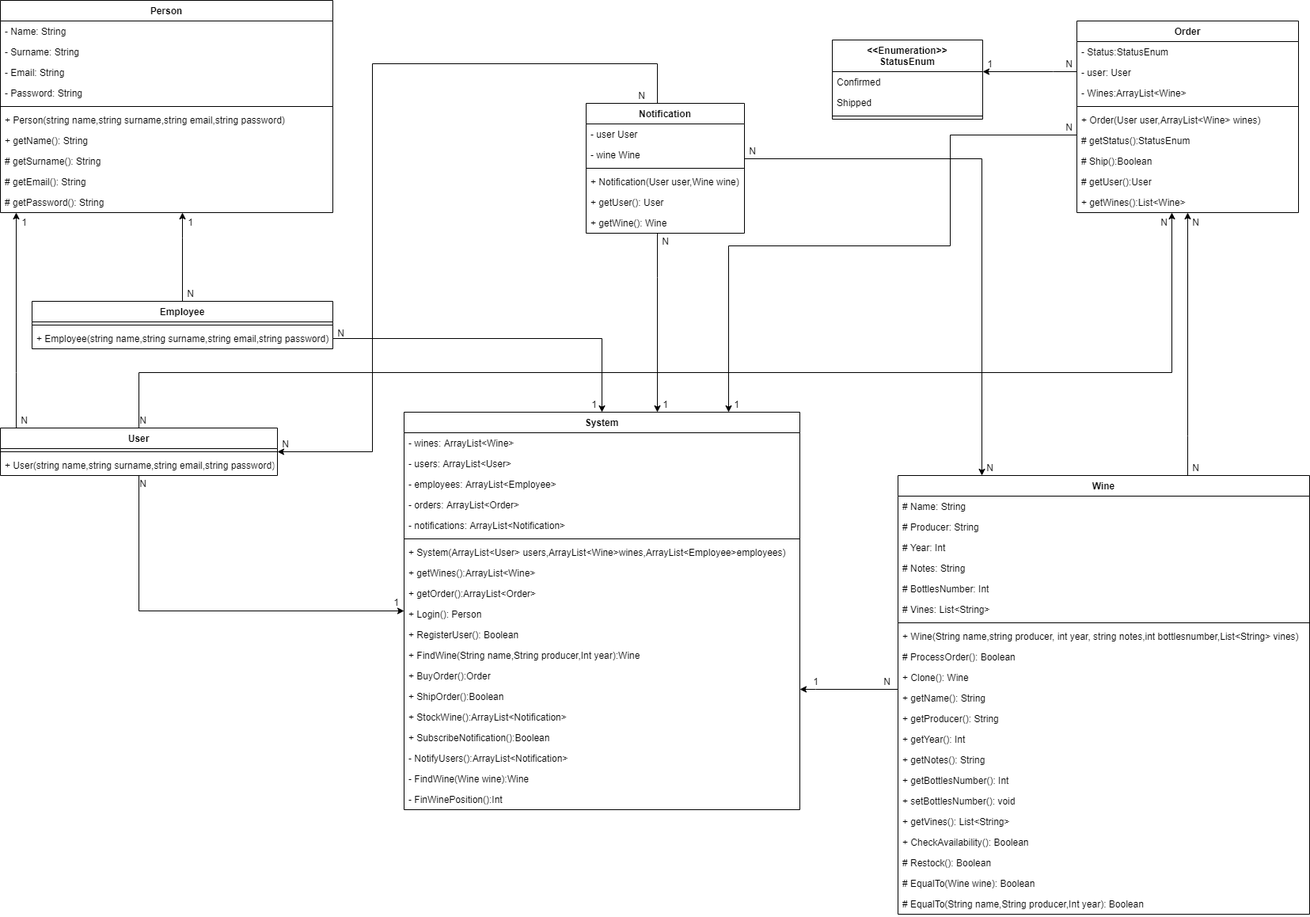
MatteoDiGiorgio99/WineStoreSystemManagement keeps this draw.io diagram as Class_Diagram.png. Above is the earlier version. Source tidied: cells renumbered, new cells last; positions are measured from the earlier drawing's top-left corner, leaving out a move shared by most shapes.
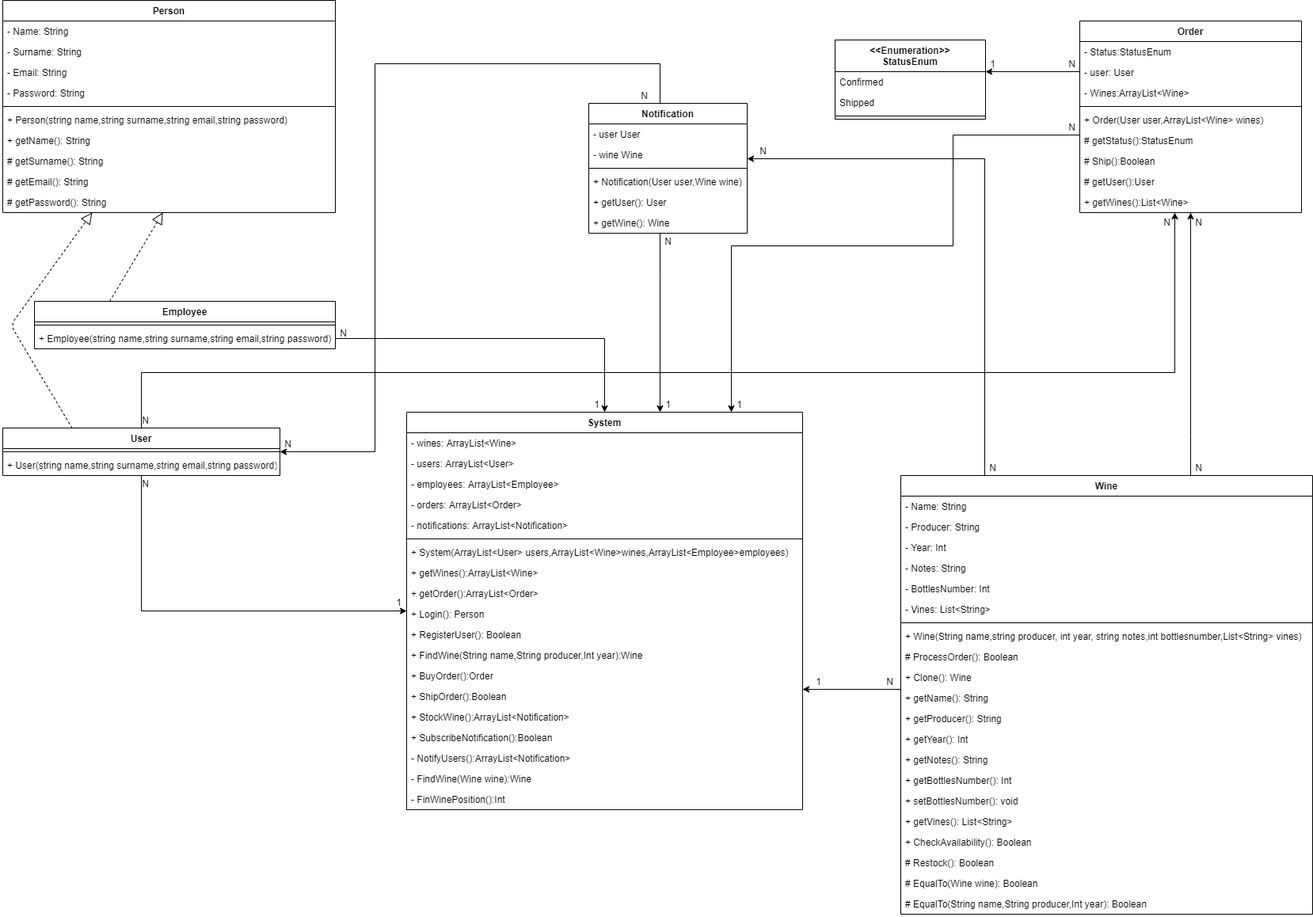
The same diagram one commit later.

The edit, as a diff of the source:
```diff
@@ -43,14 +43,6 @@
         </Array>
       </mxGeometry>
     </mxCell>
-    <mxCell id="14" style="edgeStyle=orthogonalEdgeStyle;rounded=0;jettySize=auto;html=1;" parent="1" edge="1" source="15" target="2">
-      <mxGeometry relative="1" as="geometry">
-        <Array as="points">
-          <mxPoint x="230" y="300" />
-          <mxPoint x="230" y="300" />
-        </Array>
-      </mxGeometry>
-    </mxCell>
     <mxCell id="15" value="Employee" style="swimlane;fontStyle=1;align=center;verticalAlign=top;horizontal=1;startSize=26;" parent="1" vertex="1">
       <mxGeometry x="40" y="380" width="380" height="60" as="geometry" />
     </mxCell>
@@ -76,25 +68,32 @@
         </Array>
       </mxGeometry>
     </mxCell>
+    <mxCell id="118" style="edgeStyle=orthogonalEdgeStyle;rounded=0;jettySize=auto;html=1;" parent="1" edge="1" source="20" target="45">
+      <mxGeometry relative="1" as="geometry">
+        <Array as="points">
+          <mxPoint x="1240" y="200" />
+        </Array>
+      </mxGeometry>
+    </mxCell>
     <mxCell id="20" value="Wine" style="swimlane;fontStyle=1;align=center;verticalAlign=top;horizontal=1;startSize=26;" parent="1" vertex="1">
       <mxGeometry x="1134" y="600" width="520" height="554" as="geometry" />
     </mxCell>
-    <mxCell id="21" value="# Name: String" style="text;strokeColor=none;fillColor=none;align=left;verticalAlign=top;spacingLeft=4;spacingRight=4;overflow=hidden;" parent="20" vertex="1">
+    <mxCell id="21" value="- Name: String" style="text;strokeColor=none;fillColor=none;align=left;verticalAlign=top;spacingLeft=4;spacingRight=4;overflow=hidden;" parent="20" vertex="1">
       <mxGeometry y="26" width="520" height="26" as="geometry" />
     </mxCell>
-    <mxCell id="22" value="# Producer: String" style="text;strokeColor=none;fillColor=none;align=left;verticalAlign=top;spacingLeft=4;spacingRight=4;overflow=hidden;" parent="20" vertex="1">
+    <mxCell id="22" value="- Producer: String" style="text;strokeColor=none;fillColor=none;align=left;verticalAlign=top;spacingLeft=4;spacingRight=4;overflow=hidden;" parent="20" vertex="1">
       <mxGeometry y="52" width="520" height="26" as="geometry" />
     </mxCell>
-    <mxCell id="23" value="# Year: Int" style="text;strokeColor=none;fillColor=none;align=left;verticalAlign=top;spacingLeft=4;spacingRight=4;overflow=hidden;" parent="20" vertex="1">
+    <mxCell id="23" value="- Year: Int" style="text;strokeColor=none;fillColor=none;align=left;verticalAlign=top;spacingLeft=4;spacingRight=4;overflow=hidden;" parent="20" vertex="1">
       <mxGeometry y="78" width="520" height="26" as="geometry" />
     </mxCell>
-    <mxCell id="24" value="# Notes: String" style="text;strokeColor=none;fillColor=none;align=left;verticalAlign=top;spacingLeft=4;spacingRight=4;overflow=hidden;" parent="20" vertex="1">
+    <mxCell id="24" value="- Notes: String" style="text;strokeColor=none;fillColor=none;align=left;verticalAlign=top;spacingLeft=4;spacingRight=4;overflow=hidden;" parent="20" vertex="1">
       <mxGeometry y="104" width="520" height="26" as="geometry" />
     </mxCell>
-    <mxCell id="25" value="# BottlesNumber: Int" style="text;strokeColor=none;fillColor=none;align=left;verticalAlign=top;spacingLeft=4;spacingRight=4;overflow=hidden;" parent="20" vertex="1">
+    <mxCell id="25" value="- BottlesNumber: Int" style="text;strokeColor=none;fillColor=none;align=left;verticalAlign=top;spacingLeft=4;spacingRight=4;overflow=hidden;" parent="20" vertex="1">
       <mxGeometry y="130" width="520" height="26" as="geometry" />
     </mxCell>
-    <mxCell id="26" value="# Vines: List&lt;String&gt;" style="text;strokeColor=none;fillColor=none;align=left;verticalAlign=top;spacingLeft=4;spacingRight=4;overflow=hidden;" parent="20" vertex="1">
+    <mxCell id="26" value="- Vines: List&lt;String&gt;" style="text;strokeColor=none;fillColor=none;align=left;verticalAlign=top;spacingLeft=4;spacingRight=4;overflow=hidden;" parent="20" vertex="1">
       <mxGeometry y="156" width="520" height="26" as="geometry" />
     </mxCell>
     <mxCell id="27" style="line;strokeWidth=1;fillColor=none;align=left;verticalAlign=middle;spacingTop=-1;spacingLeft=3;spacingRight=3;labelPosition=right;" parent="20" vertex="1">
@@ -142,13 +141,6 @@
     <mxCell id="41" value="# EqualTo(String name,String producer,Int year): Boolean" style="text;strokeColor=none;fillColor=none;align=left;verticalAlign=top;spacingLeft=4;spacingRight=4;overflow=hidden;" parent="20" vertex="1">
       <mxGeometry y="528" width="520" height="26" as="geometry" />
     </mxCell>
-    <mxCell id="42" style="edgeStyle=orthogonalEdgeStyle;rounded=0;jettySize=auto;html=1;" parent="1" edge="1" source="45" target="20">
-      <mxGeometry relative="1" as="geometry">
-        <Array as="points">
-          <mxPoint x="1240" y="200" />
-        </Array>
-      </mxGeometry>
-    </mxCell>
     <mxCell id="43" style="edgeStyle=orthogonalEdgeStyle;rounded=0;jettySize=auto;html=1;exitX=0.5;exitY=0;exitDx=0;exitDy=0;" parent="1" edge="1" source="45" target="90">
       <mxGeometry relative="1" as="geometry">
         <Array as="points">
@@ -307,14 +299,6 @@
     <mxCell id="87" value="+ getWines():List&lt;Wine&gt;" style="text;strokeColor=none;fillColor=none;align=left;verticalAlign=top;spacingLeft=4;spacingRight=4;overflow=hidden;" parent="78" vertex="1">
       <mxGeometry y="216" width="280" height="26" as="geometry" />
     </mxCell>
-    <mxCell id="88" style="edgeStyle=orthogonalEdgeStyle;rounded=0;jettySize=auto;html=1;" parent="1" edge="1" source="90" target="2">
-      <mxGeometry relative="1" as="geometry">
-        <Array as="points">
-          <mxPoint x="20" y="470" />
-          <mxPoint x="20" y="470" />
-        </Array>
-      </mxGeometry>
-    </mxCell>
     <mxCell id="89" style="edgeStyle=orthogonalEdgeStyle;rounded=0;jettySize=auto;html=1;" parent="1" edge="1" source="90" target="52">
       <mxGeometry relative="1" as="geometry">
         <Array as="points">
@@ -388,23 +372,21 @@
     <mxCell id="111" value="N" style="text;html=1;align=center;verticalAlign=middle;" parent="1" vertex="1">
       <mxGeometry x="1340" y="70" width="20" height="20" as="geometry" />
     </mxCell>
-    <mxCell id="112" value="N" style="text;html=1;align=center;verticalAlign=middle;" parent="1" vertex="1">
-      <mxGeometry x="230" y="360" width="20" height="20" as="geometry" />
-    </mxCell>
-    <mxCell id="113" value="1" style="text;html=1;align=center;verticalAlign=middle;" parent="1" vertex="1">
-      <mxGeometry x="230" y="270" width="20" height="20" as="geometry" />
-    </mxCell>
-    <mxCell id="114" value="N" style="text;html=1;align=center;verticalAlign=middle;" parent="1" vertex="1">
-      <mxGeometry x="20" y="520" width="20" height="20" as="geometry" />
-    </mxCell>
-    <mxCell id="115" value="1" style="text;html=1;align=center;verticalAlign=middle;" parent="1" vertex="1">
-      <mxGeometry x="20" y="270" width="20" height="20" as="geometry" />
-    </mxCell>
     <mxCell id="116" value="N" style="text;html=1;align=center;verticalAlign=middle;" parent="1" vertex="1">
-      <mxGeometry x="940" y="180" width="20" height="20" as="geometry" />
+      <mxGeometry x="950" y="180" width="20" height="20" as="geometry" />
     </mxCell>
     <mxCell id="117" value="N" style="text;html=1;align=center;verticalAlign=middle;" parent="1" vertex="1">
       <mxGeometry x="1240" y="580" width="20" height="20" as="geometry" />
     </mxCell>
+    <mxCell id="88" style="endArrow=block;dashed=1;endFill=0;endSize=12;html=1;exitX=0.25;exitY=0;exitDx=0;exitDy=0;" parent="1" edge="1" source="90" target="2">
+      <mxGeometry relative="1" as="geometry">
+        <Array as="points">
+          <mxPoint x="10" y="410" />
+        </Array>
+      </mxGeometry>
+    </mxCell>
+    <mxCell id="119" style="endArrow=block;dashed=1;endFill=0;endSize=12;html=1;exitX=0.25;exitY=0;exitDx=0;exitDy=0;" parent="1" edge="1" source="15" target="12">
+      <mxGeometry relative="1" as="geometry" />
+    </mxCell>
   </root>
 </mxGraphModel>
```
